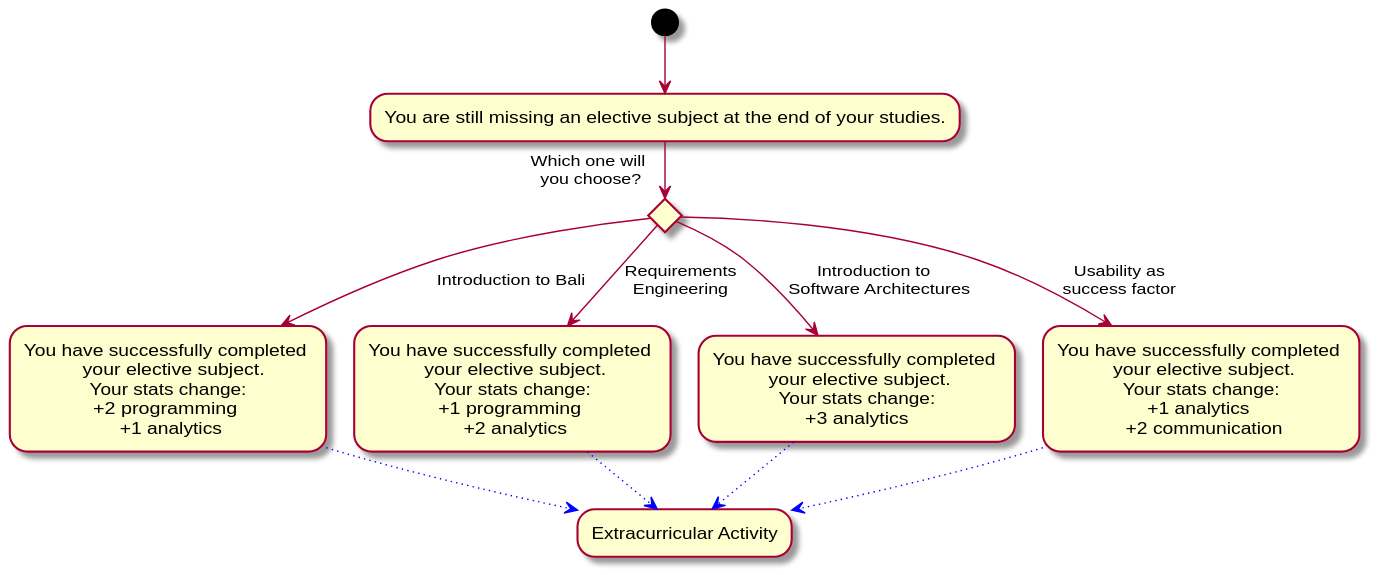
Above: Docs/Technical Specifications/docs/diagrams/StoryFlow/StoryFlow_Decision_2.svg in Brotenko/QualityQuest (PlantUML), before the change.
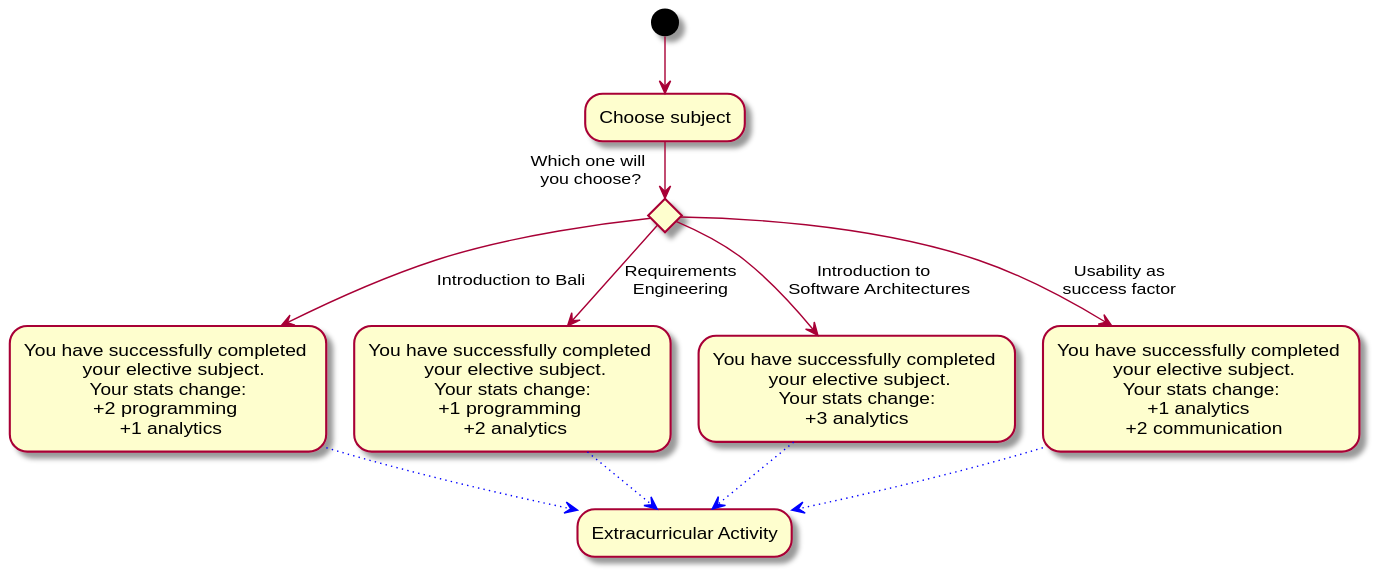
The same diagram one commit later.

Diff of the diagram source:
```diff
@@ -1,5 +1,5 @@
 @startuml
-(*) --> "You are still missing an elective subject at the end of your studies."
+(*) --> "Choose subject"
 if "Which one will\n you choose?" then
 --> [Introduction to Bali] "You have successfully completed \n  your elective subject.\n Your stats change: \n+2 programming \n +1 analytics" as bali
 else
```
